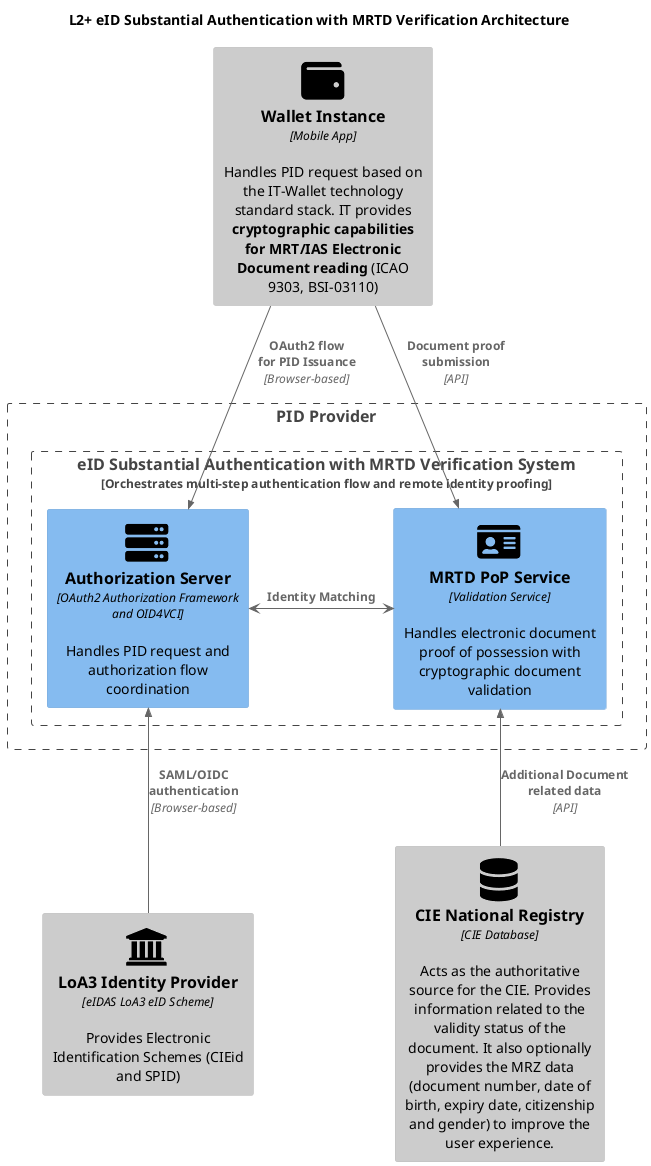
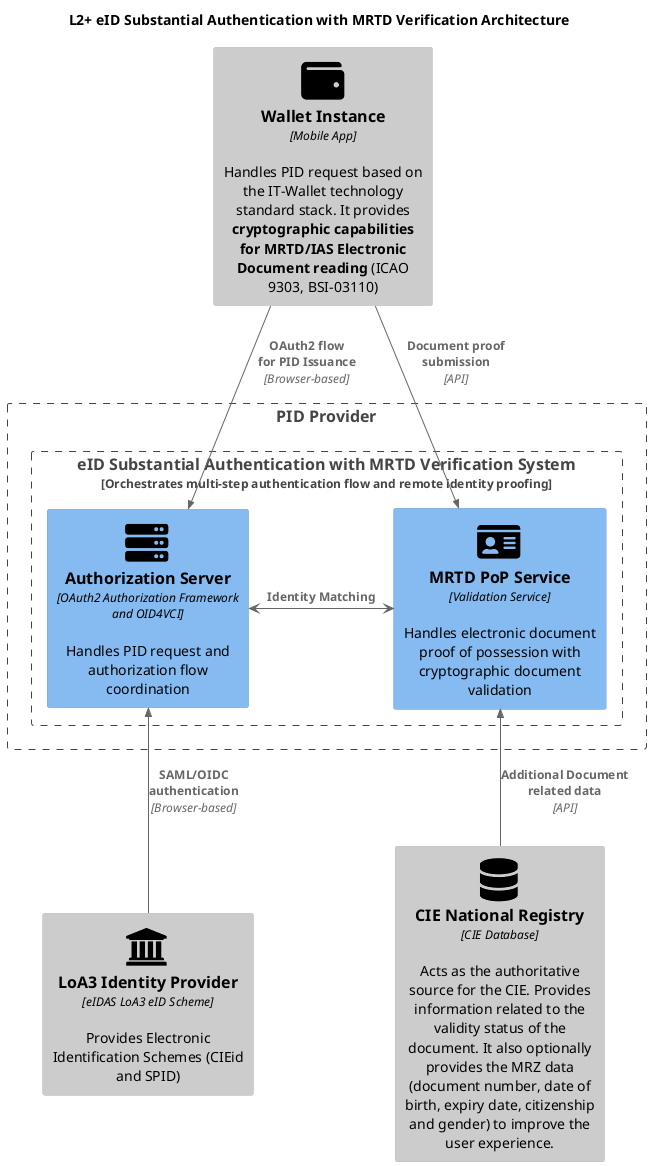
@startuml L2+ Multi-Step Authorization Architecture
'!theme cerulean-outline
!include <C4/C4_Component>
HIDE_STEREOTYPE()
'LAYOUT_WITH_LEGEND()

' Define SPRITES
!include <tupadr3/common>
!include <tupadr3/font-awesome-5/database>
!include <tupadr3/font-awesome-5/server>
!include <tupadr3/font-awesome-5/id_card>
!include <tupadr3/font-awesome-5/wallet>
!include <tupadr3/font-awesome/institution>

title L2+ eID Substantial Authentication with MRTD Verification Architecture

- Component_Ext(wallet, "Wallet Instance", "Mobile App", "Handles PID request based on the IT-Wallet technology standard stack. IT provides **cryptographic capabilities for MRT/IAS Electronic Document reading** (ICAO 9303, BSI-03110)",$sprite="wallet")
+ Component_Ext(wallet, "Wallet Instance", "Mobile App", "Handles PID request based on the IT-Wallet technology standard stack. It provides **cryptographic capabilities for MRTD/IAS Electronic Document reading** (ICAO 9303, BSI-03110)",$sprite="wallet")

Boundary(issuer, "PID Provider") {
    Boundary(multi_step_authz, "eID Substantial Authentication with MRTD Verification System", "Orchestrates multi-step authentication flow and remote identity proofing") {
        Component(pid_authz_server, "Authorization Server", "OAuth2 Authorization Framework and OID4VCI", "Handles PID request and authorization flow coordination",$sprite="server")
        Component(doc_pop_service, "MRTD PoP Service", "Validation Service", "Handles electronic document proof of possession with cryptographic document validation",$sprite="id_card")
    }
}

Component_Ext(loa3_idp, "LoA3 Identity Provider", "eIDAS LoA3 eID Scheme", "Provides Electronic Identification Schemes (CIEid and SPID)",$sprite="institution")

Component_Ext(cie_registry, "CIE National Registry", "CIE Database", "Acts as the authoritative source for the CIE. Provides information related to the validity status of the document. It also optionally provides the MRZ data (document number, date of birth, expiry date, citizenship and gender) to improve the user experience.",$sprite="database")

Rel(wallet, pid_authz_server, "OAuth2 flow \nfor PID Issuance", "Browser-based")

Rel(wallet, doc_pop_service, "Document proof submission", "API")

pid_authz_server <-> doc_pop_service : "**Identity Matching**"

Rel_Back(pid_authz_server, loa3_idp, "SAML/OIDC authentication", "Browser-based")

Rel_Back(doc_pop_service, cie_registry, "Additional Document related data", "API")
@enduml